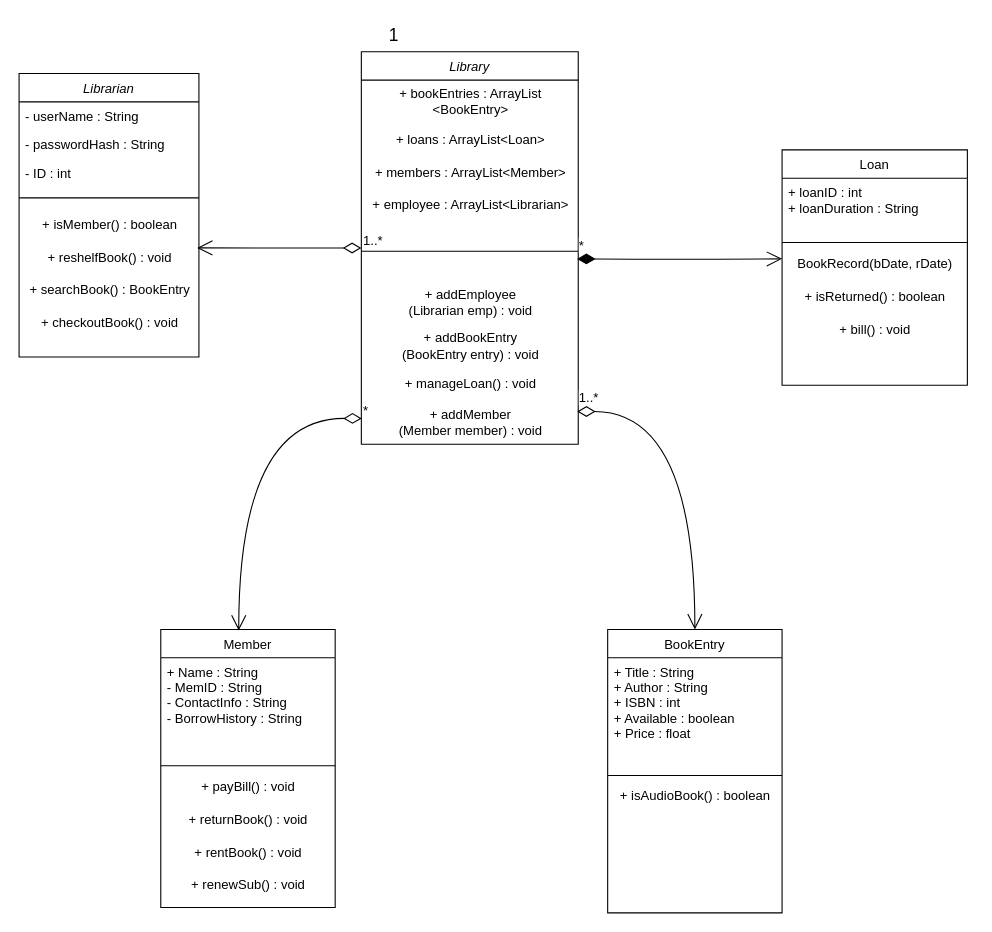
The draw.io diagram Untitled Diagram.drawio in Twpendleton/ClassUMLDiagram, before the edit. Source tidied: cells renumbered, new cells numbered last; positions are measured from the earlier drawing's top-left corner, leaving out a move shared by most shapes. Both pictures are drawn from the tidied source at 109%, with x=0, y=0 at pixel (19, 19).
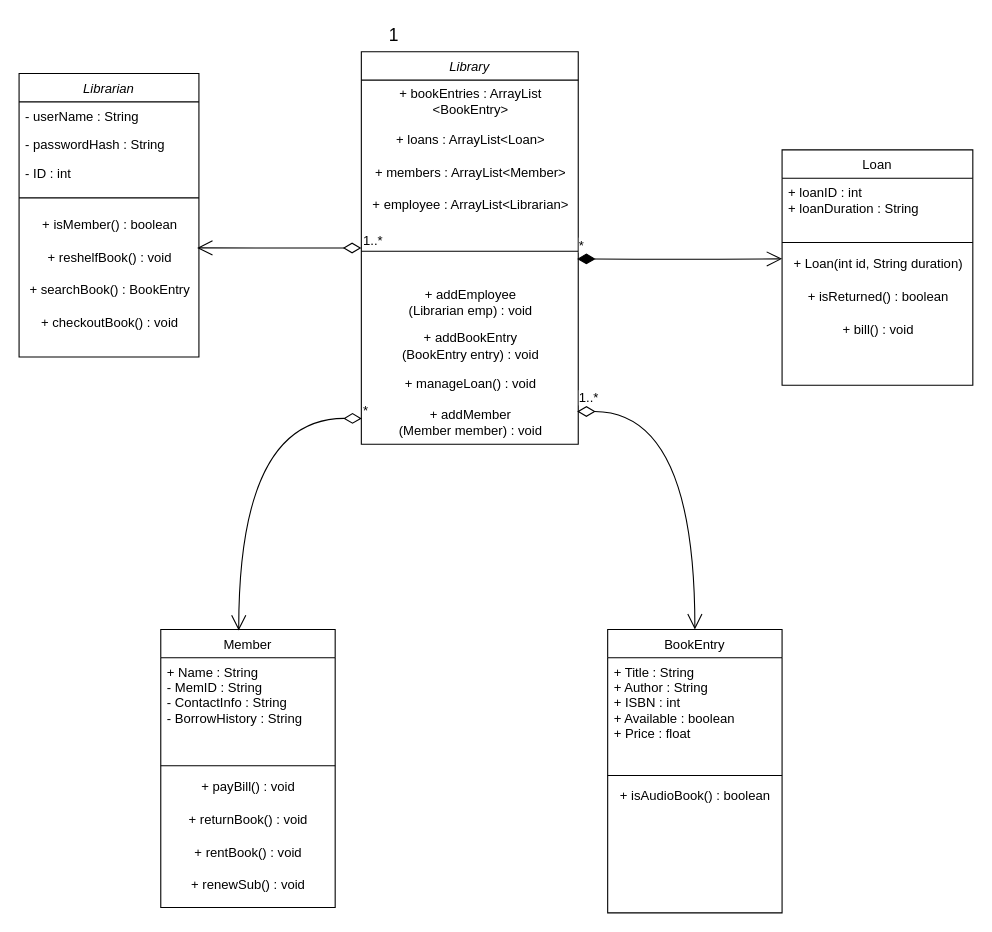
The same diagram, later.

Commit message:
Redo Loan constructor

What changed in the source:
```diff
@@
     <mxCell id="22" value="Loan" style="swimlane;fontStyle=0;align=center;verticalAlign=top;horizontal=1;startSize=26;rounded=0;shadow=0;strokeWidth=1;" parent="1" vertex="1">
-      <mxGeometry x="700" y="120" width="170" height="216" as="geometry" />
+      <mxGeometry x="700" y="120" width="175" height="216" as="geometry" />
     </mxCell>
     <mxCell id="23" value="+ loanID : int&#10;+ loanDuration : String&#10;" style="text;align=left;verticalAlign=top;spacingLeft=4;spacingRight=4;overflow=hidden;" parent="22" vertex="1">
-      <mxGeometry y="26" width="170" height="54" as="geometry" />
+      <mxGeometry y="26" width="175" height="54" as="geometry" />
     </mxCell>
     <mxCell id="24" style="line;html=1;strokeWidth=1;align=left;verticalAlign=middle;spacingTop=-1;spacingLeft=3;spacingRight=3;labelPosition=right;" parent="22" vertex="1">
-      <mxGeometry y="80" width="170" height="10" as="geometry" />
+      <mxGeometry y="80" width="175" height="10" as="geometry" />
     </mxCell>
-    <mxCell id="25" value="BookRecord(bDate, rDate)" style="text;html=1;align=center;verticalAlign=middle;points=[];strokeColor=none;fillColor=none;" parent="22" vertex="1">
-      <mxGeometry y="90" width="170" height="30" as="geometry" />
+    <mxCell id="25" value="+ Loan(int id, String duration)" style="text;html=1;align=center;verticalAlign=middle;points=[];strokeColor=none;fillColor=none;" parent="22" vertex="1">
+      <mxGeometry y="90" width="175" height="30" as="geometry" />
     </mxCell>
     <mxCell id="26" value="+ isReturned() : boolean" style="text;html=1;align=center;verticalAlign=middle;strokeColor=none;fillColor=none;" parent="22" vertex="1">
-      <mxGeometry y="120" width="170" height="30" as="geometry" />
+      <mxGeometry y="120" width="175" height="30" as="geometry" />
     </mxCell>
     <mxCell id="27" value="+ bill() : void" style="text;html=1;align=center;verticalAlign=middle;strokeColor=none;fillColor=none;" parent="22" vertex="1">
-      <mxGeometry y="150" width="170" height="30" as="geometry" />
+      <mxGeometry y="150" width="175" height="30" as="geometry" />
     </mxCell>
```
